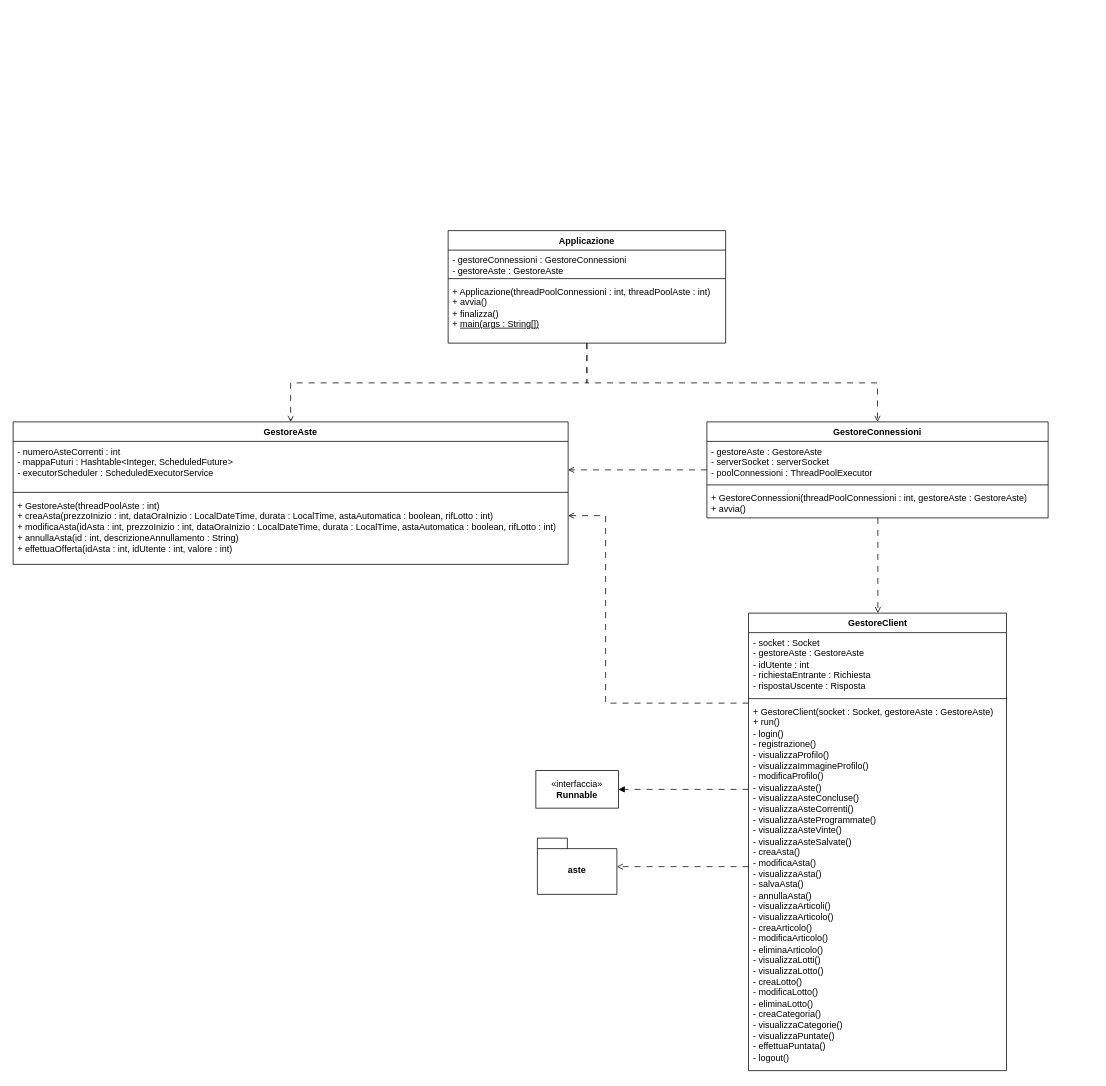
This is documenti/DC-Server.drawio from Chaos-Rat/GAO, a draw.io file, before an edit. Source tidied: cells renumbered, new cells numbered last; positions are measured from the earlier drawing's top-left corner, leaving out a move shared by most shapes. Both pictures are drawn from the tidied source at 75%, with x=0, y=0 at pixel (13, 230).
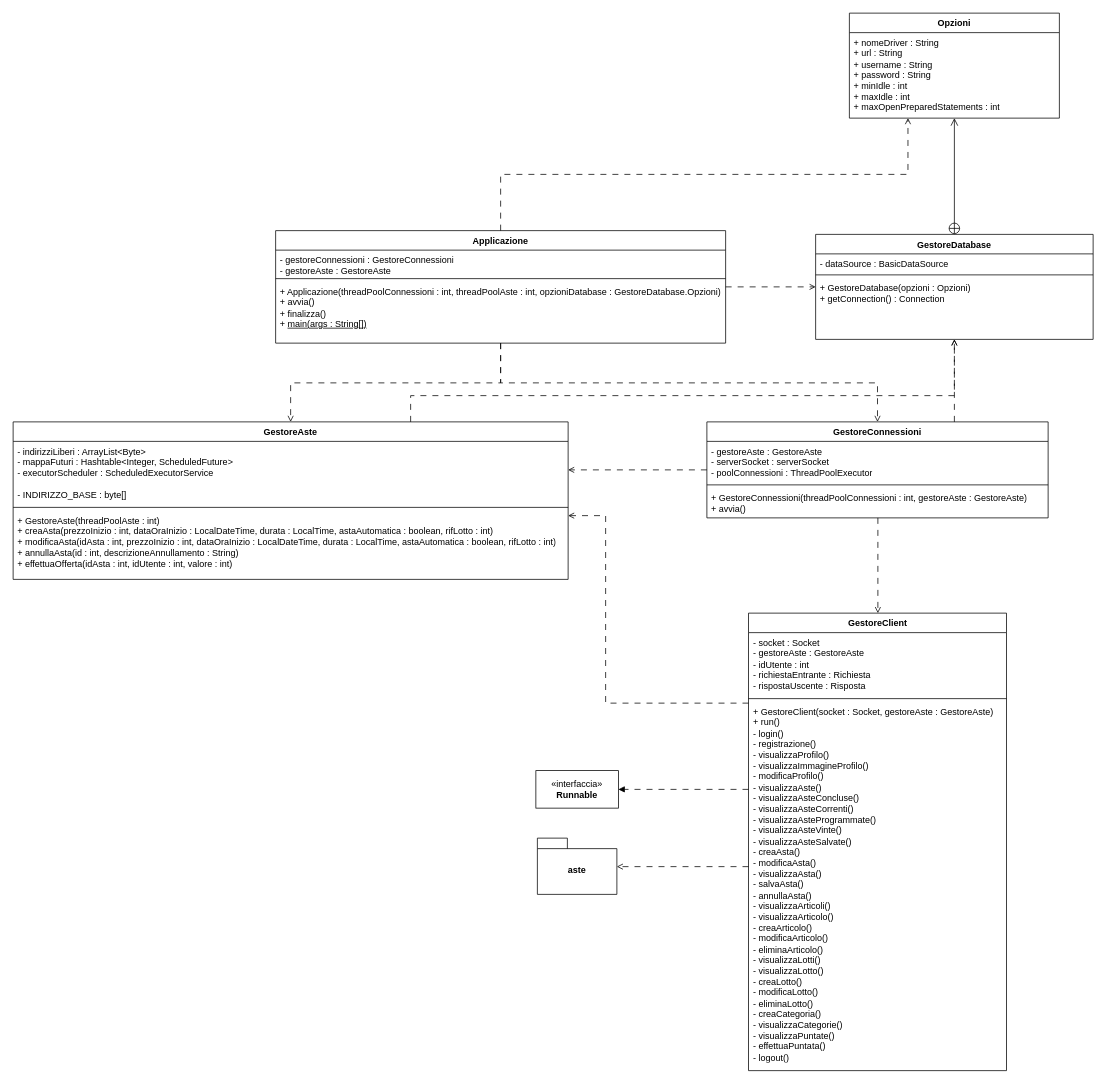
Above is the later version.

Commit message (it also covers changes not shown here):
Aggiornato package server

Aggiunte delle classi per la gestione della connessione al Database al diagramma delle classi del package server.
Modificato il README con una nuova dipendenza.

The change refers to these unchanged cells:
```xml
<mxCell id="16" value="GestoreConnessioni" style="swimlane;fontStyle=1;align=center;verticalAlign=top;horizontal=1;startSize=26;whiteSpace=wrap;html=1;" parent="1" vertex="1">
  <mxGeometry x="925" y="255" width="455" height="128" as="geometry" />
</mxCell>
```

What changed in the source:
```diff
@@
+    <mxCell id="27" style="edgeStyle=elbowEdgeStyle;rounded=0;jettySize=auto;html=1;endArrow=open;endFill=0;dashed=1;dashPattern=8 8;elbow=vertical;" parent="1" edge="1" source="4" target="30">
+      <mxGeometry relative="1" as="geometry" />
+    </mxCell>
     <mxCell id="4" value="Applicazione" style="swimlane;fontStyle=1;align=center;verticalAlign=top;horizontal=1;startSize=26;whiteSpace=wrap;html=1;" parent="1" vertex="1">
-      <mxGeometry x="580" width="370" height="150" as="geometry" />
+      <mxGeometry x="350" width="600" height="150" as="geometry" />
     </mxCell>
     <mxCell id="5" value="&lt;div&gt;- gestoreConnessioni : GestoreConnessioni&lt;/div&gt;&lt;div&gt;- gestoreAste : GestoreAste&lt;/div&gt;" style="text;strokeColor=none;fillColor=none;align=left;verticalAlign=top;spacingLeft=4;spacingRight=4;overflow=hidden;whiteSpace=wrap;html=1;" parent="4" vertex="1">
-      <mxGeometry y="26" width="370" height="34" as="geometry" />
+      <mxGeometry y="26" width="600" height="34" as="geometry" />
     </mxCell>
     <mxCell id="6" style="line;strokeWidth=1;fillColor=none;align=left;verticalAlign=middle;spacingTop=-1;spacingLeft=3;spacingRight=3;labelPosition=right;strokeColor=inherit;" parent="4" vertex="1">
-      <mxGeometry y="60" width="370" height="8" as="geometry" />
+      <mxGeometry y="60" width="600" height="8" as="geometry" />
     </mxCell>
-    <mxCell id="7" value="&lt;div&gt;+ Applicazione(threadPoolConnessioni : int, threadPoolAste : int)&lt;/div&gt;&lt;div&gt;+ avvia()&lt;/div&gt;&lt;div&gt;+ finalizza()&lt;/div&gt;+ &lt;u&gt;main(args : String[])&lt;/u&gt;" style="text;strokeColor=none;fillColor=none;align=left;verticalAlign=top;spacingLeft=4;spacingRight=4;overflow=hidden;whiteSpace=wrap;html=1;" parent="4" vertex="1">
-      <mxGeometry y="68" width="370" height="82" as="geometry" />
+    <mxCell id="7" value="&lt;div&gt;+ Applicazione(threadPoolConnessioni : int, threadPoolAste : int, opzioniDatabase : GestoreDatabase.Opzioni)&lt;/div&gt;&lt;div&gt;+ avvia()&lt;/div&gt;&lt;div&gt;+ finalizza()&lt;/div&gt;+ &lt;u&gt;main(args : String[])&lt;/u&gt;" style="text;strokeColor=none;fillColor=none;align=left;verticalAlign=top;spacingLeft=4;spacingRight=4;overflow=hidden;whiteSpace=wrap;html=1;" parent="4" vertex="1">
+      <mxGeometry y="68" width="600" height="82" as="geometry" />
     </mxCell>
@@
+    <mxCell id="28" style="edgeStyle=elbowEdgeStyle;rounded=0;jettySize=auto;html=1;dashed=1;dashPattern=8 8;endArrow=open;endFill=0;" parent="1" edge="1" source="16" target="30">
+      <mxGeometry relative="1" as="geometry">
+        <Array as="points">
+          <mxPoint x="1255" y="190" />
+        </Array>
+      </mxGeometry>
+    </mxCell>
@@
+    <mxCell id="29" style="edgeStyle=orthogonalEdgeStyle;rounded=0;jettySize=auto;html=1;dashed=1;dashPattern=8 8;endArrow=open;endFill=0;" parent="1" edge="1" source="20" target="30">
+      <mxGeometry relative="1" as="geometry">
+        <Array as="points">
+          <mxPoint x="530" y="220" />
+          <mxPoint x="1255" y="220" />
+        </Array>
+      </mxGeometry>
+    </mxCell>
     <mxCell id="20" value="GestoreAste" style="swimlane;fontStyle=1;align=center;verticalAlign=top;horizontal=1;startSize=26;whiteSpace=wrap;html=1;" parent="1" vertex="1">
-      <mxGeometry y="255" width="740" height="190" as="geometry" />
+      <mxGeometry y="255" width="740" height="210" as="geometry" />
     </mxCell>
-    <mxCell id="21" value="&lt;div&gt;- numeroAsteCorrenti : int&lt;/div&gt;&lt;div&gt;- mappaFuturi : Hashtable&amp;lt;Integer, ScheduledFuture&amp;gt;&lt;/div&gt;&lt;div&gt;- executorScheduler : ScheduledExecutorService&lt;/div&gt;" style="text;strokeColor=none;fillColor=none;align=left;verticalAlign=top;spacingLeft=4;spacingRight=4;overflow=hidden;whiteSpace=wrap;html=1;" parent="20" vertex="1">
-      <mxGeometry y="26" width="740" height="64" as="geometry" />
+    <mxCell id="21" value="&lt;div&gt;- indirizziLiberi : ArrayList&amp;lt;Byte&amp;gt;&lt;/div&gt;&lt;div&gt;- mappaFuturi : Hashtable&amp;lt;Integer, ScheduledFuture&amp;gt;&lt;/div&gt;&lt;div&gt;- executorScheduler : ScheduledExecutorService&lt;/div&gt;&lt;div&gt;&lt;br&gt;&lt;/div&gt;&lt;div&gt;- INDIRIZZO_BASE : byte[]&lt;/div&gt;" style="text;strokeColor=none;fillColor=none;align=left;verticalAlign=top;spacingLeft=4;spacingRight=4;overflow=hidden;whiteSpace=wrap;html=1;" parent="20" vertex="1">
+      <mxGeometry y="26" width="740" height="84" as="geometry" />
     </mxCell>
     <mxCell id="22" style="line;strokeWidth=1;fillColor=none;align=left;verticalAlign=middle;spacingTop=-1;spacingLeft=3;spacingRight=3;labelPosition=right;strokeColor=inherit;" parent="20" vertex="1">
-      <mxGeometry y="90" width="740" height="8" as="geometry" />
+      <mxGeometry y="110" width="740" height="8" as="geometry" />
     </mxCell>
     <mxCell id="23" value="&lt;div&gt;+ GestoreAste(threadPoolAste : int)&lt;/div&gt;&lt;div&gt;+ creaAsta(prezzoInizio : int, dataOraInizio : LocalDateTime, durata : LocalTime, astaAutomatica : boolean, rifLotto : int)&lt;/div&gt;&lt;div&gt;+ modificaAsta(idAsta : int, prezzoInizio : int, dataOraInizio : LocalDateTime, durata : LocalTime, astaAutomatica : boolean, rifLotto : int)&lt;/div&gt;&lt;div&gt;+ annullaAsta(id : int, descrizioneAnnullamento : String)&lt;/div&gt;&lt;div&gt;+ effettuaOfferta(idAsta : int, idUtente : int, valore : int)&lt;/div&gt;&lt;div&gt;&lt;br&gt;&lt;/div&gt;" style="text;strokeColor=none;fillColor=none;align=left;verticalAlign=top;spacingLeft=4;spacingRight=4;overflow=hidden;whiteSpace=wrap;html=1;" parent="20" vertex="1">
-      <mxGeometry y="98" width="740" height="92" as="geometry" />
+      <mxGeometry y="118" width="740" height="92" as="geometry" />
     </mxCell>
@@
+    <mxCell id="30" value="GestoreDatabase" style="swimlane;fontStyle=1;align=center;verticalAlign=top;horizontal=1;startSize=26;whiteSpace=wrap;html=1;" parent="1" vertex="1">
+      <mxGeometry x="1070" y="5" width="370" height="140" as="geometry" />
+    </mxCell>
+    <mxCell id="31" value="- dataSource : BasicDataSource" style="text;strokeColor=none;fillColor=none;align=left;verticalAlign=top;spacingLeft=4;spacingRight=4;overflow=hidden;whiteSpace=wrap;html=1;" parent="30" vertex="1">
+      <mxGeometry y="26" width="370" height="24" as="geometry" />
+    </mxCell>
+    <mxCell id="32" style="line;strokeWidth=1;fillColor=none;align=left;verticalAlign=middle;spacingTop=-1;spacingLeft=3;spacingRight=3;labelPosition=right;strokeColor=inherit;" parent="30" vertex="1">
+      <mxGeometry y="50" width="370" height="8" as="geometry" />
+    </mxCell>
+    <mxCell id="33" value="+ GestoreDatabase(opzioni : Opzioni)&lt;div&gt;+ getConnection() : Connection&lt;/div&gt;" style="text;strokeColor=none;fillColor=none;align=left;verticalAlign=top;spacingLeft=4;spacingRight=4;overflow=hidden;whiteSpace=wrap;html=1;" parent="30" vertex="1">
+      <mxGeometry y="58" width="370" height="82" as="geometry" />
+    </mxCell>
+    <mxCell id="34" value="&lt;b&gt;Opzioni&lt;/b&gt;" style="swimlane;fontStyle=0;horizontal=1;startSize=26;fillColor=none;whiteSpace=wrap;html=1;" parent="1" vertex="1">
+      <mxGeometry x="1115" y="-290" width="280" height="140" as="geometry" />
+    </mxCell>
+    <mxCell id="35" value="+ nomeDriver : String&lt;div&gt;+ url : String&lt;/div&gt;&lt;div&gt;+ username : String&lt;/div&gt;&lt;div&gt;+ password : String&lt;/div&gt;&lt;div&gt;+ minIdle : int&lt;/div&gt;&lt;div&gt;+ maxIdle : int&lt;/div&gt;&lt;div&gt;+ maxOpenPreparedStatements : int&lt;/div&gt;" style="text;strokeColor=none;fillColor=none;align=left;verticalAlign=top;spacingLeft=4;spacingRight=4;overflow=hidden;points=[[0,0.5],[1,0.5]];portConstraint=eastwest;whiteSpace=wrap;html=1;" parent="34" vertex="1">
+      <mxGeometry y="26" width="280" height="114" as="geometry" />
+    </mxCell>
+    <mxCell id="36" style="endArrow=open;startArrow=circlePlus;endFill=0;startFill=0;endSize=8;html=1;rounded=0;" parent="1" edge="1" source="30" target="34">
+      <mxGeometry relative="1" as="geometry" />
+    </mxCell>
+    <mxCell id="37" style="edgeStyle=elbowEdgeStyle;rounded=0;jettySize=auto;html=1;endArrow=open;endFill=0;dashed=1;dashPattern=8 8;elbow=vertical;entryX=0.279;entryY=1;entryDx=0;entryDy=0;entryPerimeter=0;" parent="1" edge="1" source="4" target="35">
+      <mxGeometry relative="1" as="geometry" />
+    </mxCell>
```
